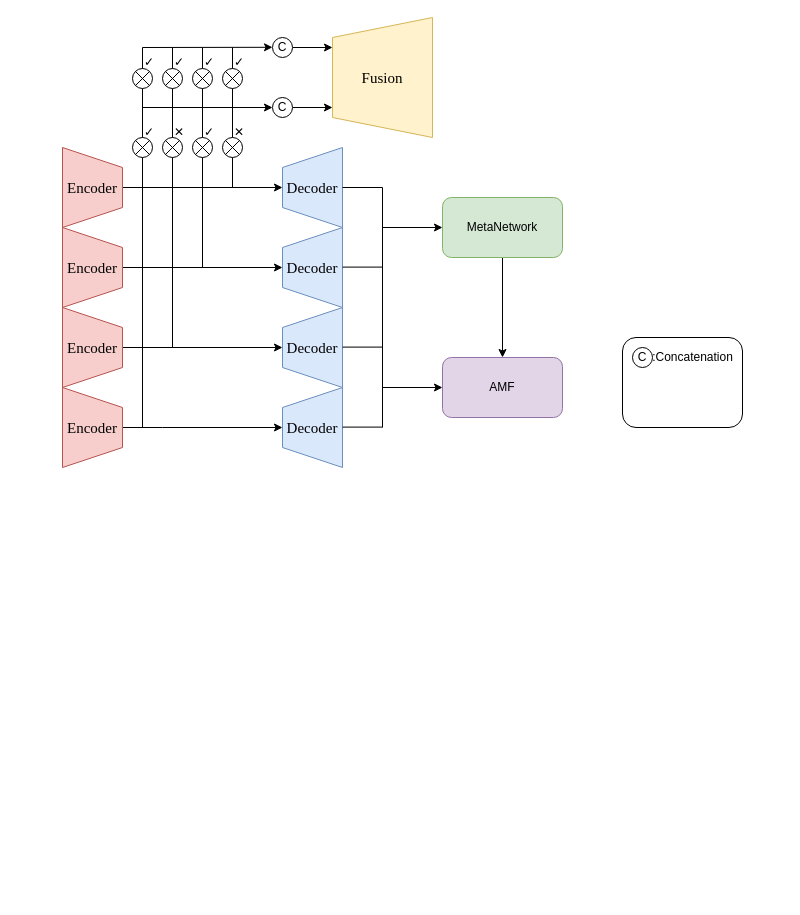
worldlikerr/Scientific-research-illustration keeps this draw.io diagram as 25.8.7_1.drawio. Above is the earlier version. Source tidied: cells renumbered, new cells numbered last; positions are measured from the earlier drawing's top-left corner, leaving out a move shared by most shapes. Both pictures are drawn from the tidied source at 100%, with x=0, y=0 at pixel (62, 17).
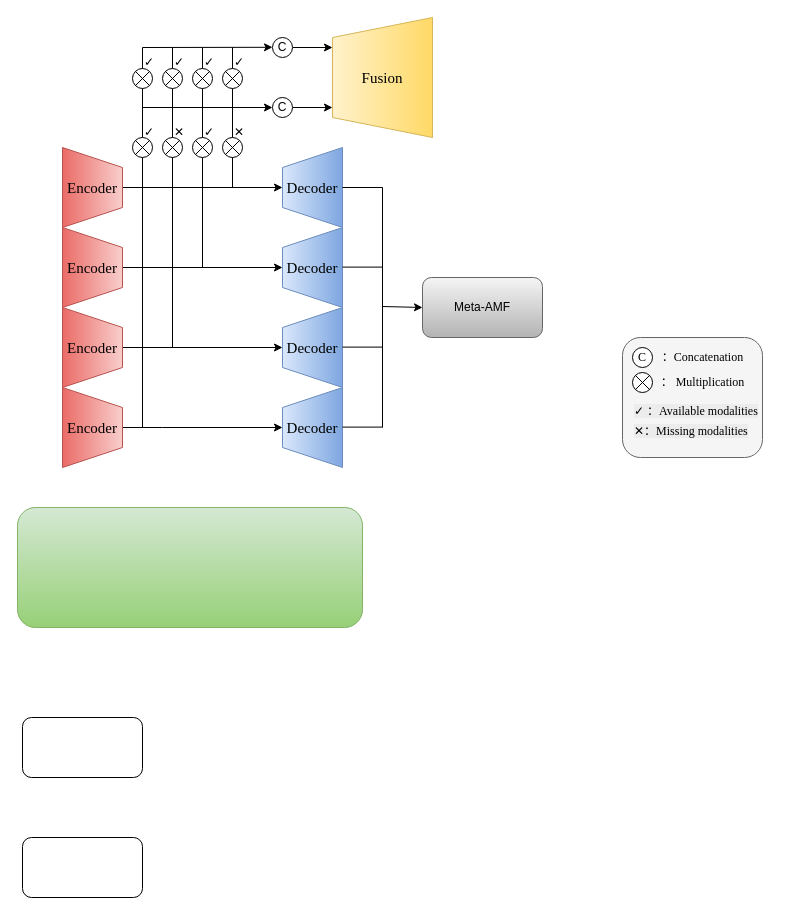
The same diagram, later.

What changed in the source:
```diff
@@
-    <mxCell id="3" value="Encoder" style="shape=trapezoid;perimeter=trapezoidPerimeter;whiteSpace=wrap;html=1;fixedSize=1;direction=south;fillColor=#f8cecc;strokeColor=#b85450;fontFamily=Times New Roman;fontSize=15;" parent="1" vertex="1">
+    <mxCell id="3" value="Encoder" style="shape=trapezoid;perimeter=trapezoidPerimeter;whiteSpace=wrap;html=1;fixedSize=1;direction=south;fillColor=#f8cecc;strokeColor=#b85450;fontFamily=Times New Roman;fontSize=15;gradientColor=#ea6b66;" parent="1" vertex="1">
       <mxGeometry y="130" width="60" height="80" as="geometry" />
     </mxCell>
@@
-    <mxCell id="5" value="Encoder" style="shape=trapezoid;perimeter=trapezoidPerimeter;whiteSpace=wrap;html=1;fixedSize=1;direction=south;fillColor=#f8cecc;strokeColor=#b85450;fontFamily=Times New Roman;fontSize=15;" parent="1" vertex="1">
+    <mxCell id="5" value="Encoder" style="shape=trapezoid;perimeter=trapezoidPerimeter;whiteSpace=wrap;html=1;fixedSize=1;direction=south;fillColor=#f8cecc;strokeColor=#b85450;fontFamily=Times New Roman;fontSize=15;gradientColor=#ea6b66;" parent="1" vertex="1">
       <mxGeometry y="210" width="60" height="80" as="geometry" />
     </mxCell>
@@
-    <mxCell id="7" value="Encoder" style="shape=trapezoid;perimeter=trapezoidPerimeter;whiteSpace=wrap;html=1;fixedSize=1;direction=south;fillColor=#f8cecc;strokeColor=#b85450;fontFamily=Times New Roman;fontSize=15;" parent="1" vertex="1">
+    <mxCell id="7" value="Encoder" style="shape=trapezoid;perimeter=trapezoidPerimeter;whiteSpace=wrap;html=1;fixedSize=1;direction=south;fillColor=#f8cecc;strokeColor=#b85450;fontFamily=Times New Roman;fontSize=15;gradientColor=#ea6b66;" parent="1" vertex="1">
       <mxGeometry y="290" width="60" height="80" as="geometry" />
     </mxCell>
@@
-    <mxCell id="9" value="Encoder" style="shape=trapezoid;perimeter=trapezoidPerimeter;whiteSpace=wrap;html=1;fixedSize=1;direction=south;fillColor=#f8cecc;strokeColor=#b85450;fontFamily=Times New Roman;fontSize=15;" parent="1" vertex="1">
+    <mxCell id="9" value="Encoder" style="shape=trapezoid;perimeter=trapezoidPerimeter;whiteSpace=wrap;html=1;fixedSize=1;direction=south;fillColor=#f8cecc;strokeColor=#b85450;fontFamily=Times New Roman;fontSize=15;gradientColor=#ea6b66;" parent="1" vertex="1">
       <mxGeometry y="370" width="60" height="80" as="geometry" />
     </mxCell>
-    <mxCell id="10" value="&lt;font&gt;Decoder&lt;/font&gt;" style="shape=trapezoid;perimeter=trapezoidPerimeter;whiteSpace=wrap;html=1;fixedSize=1;direction=north;fillColor=#dae8fc;strokeColor=#6c8ebf;fontFamily=Times New Roman;fontSize=15;" parent="1" vertex="1">
+    <mxCell id="10" value="&lt;font&gt;Decoder&lt;/font&gt;" style="shape=trapezoid;perimeter=trapezoidPerimeter;whiteSpace=wrap;html=1;fixedSize=1;direction=north;fillColor=#dae8fc;strokeColor=#6c8ebf;fontFamily=Times New Roman;fontSize=15;gradientColor=#7ea6e0;" parent="1" vertex="1">
       <mxGeometry x="220" y="130" width="60" height="80" as="geometry" />
     </mxCell>
-    <mxCell id="11" value="Decoder" style="shape=trapezoid;perimeter=trapezoidPerimeter;whiteSpace=wrap;html=1;fixedSize=1;direction=north;fillColor=#dae8fc;strokeColor=#6c8ebf;fontFamily=Times New Roman;fontSize=15;" parent="1" vertex="1">
+    <mxCell id="11" value="Decoder" style="shape=trapezoid;perimeter=trapezoidPerimeter;whiteSpace=wrap;html=1;fixedSize=1;direction=north;fillColor=#dae8fc;strokeColor=#6c8ebf;fontFamily=Times New Roman;fontSize=15;gradientColor=#7ea6e0;" parent="1" vertex="1">
       <mxGeometry x="220" y="210" width="60" height="80" as="geometry" />
     </mxCell>
-    <mxCell id="12" value="Decoder" style="shape=trapezoid;perimeter=trapezoidPerimeter;whiteSpace=wrap;html=1;fixedSize=1;direction=north;fillColor=#dae8fc;strokeColor=#6c8ebf;fontFamily=Times New Roman;fontSize=15;" parent="1" vertex="1">
+    <mxCell id="12" value="Decoder" style="shape=trapezoid;perimeter=trapezoidPerimeter;whiteSpace=wrap;html=1;fixedSize=1;direction=north;fillColor=#dae8fc;strokeColor=#6c8ebf;fontFamily=Times New Roman;fontSize=15;gradientColor=#7ea6e0;" parent="1" vertex="1">
       <mxGeometry x="220" y="290" width="60" height="80" as="geometry" />
     </mxCell>
-    <mxCell id="13" value="Decoder" style="shape=trapezoid;perimeter=trapezoidPerimeter;whiteSpace=wrap;html=1;fixedSize=1;direction=north;fillColor=#dae8fc;strokeColor=#6c8ebf;fontFamily=Times New Roman;fontSize=15;" parent="1" vertex="1">
+    <mxCell id="13" value="Decoder" style="shape=trapezoid;perimeter=trapezoidPerimeter;whiteSpace=wrap;html=1;fixedSize=1;direction=north;fillColor=#dae8fc;strokeColor=#6c8ebf;fontFamily=Times New Roman;fontSize=15;gradientColor=#7ea6e0;" parent="1" vertex="1">
       <mxGeometry x="220" y="370" width="60" height="80" as="geometry" />
     </mxCell>
-    <mxCell id="14" value="Fusion" style="shape=trapezoid;perimeter=trapezoidPerimeter;whiteSpace=wrap;html=1;fixedSize=1;direction=north;fillColor=#fff2cc;strokeColor=#d6b656;fontFamily=Times New Roman;fontSize=15;" parent="1" vertex="1">
+    <mxCell id="14" value="Fusion" style="shape=trapezoid;perimeter=trapezoidPerimeter;whiteSpace=wrap;html=1;fixedSize=1;direction=north;fillColor=#fff2cc;strokeColor=#d6b656;fontFamily=Times New Roman;fontSize=15;gradientColor=#ffd966;" parent="1" vertex="1">
       <mxGeometry x="270" width="100" height="120" as="geometry" />
     </mxCell>
@@
-    <mxCell id="26" style="endArrow=classic;html=1;rounded=0;entryX=0;entryY=0.5;entryDx=0;entryDy=0;" parent="1" edge="1" target="29">
+    <mxCell id="26" style="endArrow=classic;html=1;rounded=0;entryX=0;entryY=0.5;entryDx=0;entryDy=0;" parent="1" edge="1" target="77">
       <mxGeometry relative="1" as="geometry">
-        <mxPoint x="320" y="210" as="sourcePoint" />
+        <mxPoint x="320" y="289" as="sourcePoint" />
       </mxGeometry>
     </mxCell>
-    <mxCell id="27" style="endArrow=classic;html=1;rounded=0;entryX=0;entryY=0.5;entryDx=0;entryDy=0;" parent="1" edge="1" target="30">
-      <mxGeometry relative="1" as="geometry">
-        <mxPoint x="320" y="370" as="sourcePoint" />
-      </mxGeometry>
-    </mxCell>
-    <mxCell id="28" style="edgeStyle=orthogonalEdgeStyle;rounded=0;jettySize=auto;html=1;exitX=0.5;exitY=1;exitDx=0;exitDy=0;" parent="1" edge="1" source="29" target="30">
-      <mxGeometry relative="1" as="geometry" />
-    </mxCell>
-    <mxCell id="29" value="MetaNetwork" style="rounded=1;whiteSpace=wrap;html=1;fillColor=#d5e8d4;strokeColor=#82b366;" parent="1" vertex="1">
-      <mxGeometry x="380" y="180" width="120" height="60" as="geometry" />
-    </mxCell>
-    <mxCell id="30" value="AMF" style="rounded=1;whiteSpace=wrap;html=1;fillColor=#e1d5e7;strokeColor=#9673a6;" parent="1" vertex="1">
-      <mxGeometry x="380" y="340" width="120" height="60" as="geometry" />
-    </mxCell>
@@
-    <mxCell id="43" style="rounded=1;whiteSpace=wrap;html=1;" parent="1" vertex="1">
-      <mxGeometry x="560" y="320" width="120" height="90" as="geometry" />
+    <mxCell id="43" style="rounded=1;whiteSpace=wrap;html=1;fontFamily=Times New Roman;fillColor=#f5f5f5;fontColor=#333333;strokeColor=#666666;" parent="1" vertex="1">
+      <mxGeometry x="560" y="320" width="140" height="120" as="geometry" />
     </mxCell>
-    <mxCell id="44" value="C" style="ellipse;whiteSpace=wrap;html=1;" parent="1" vertex="1">
+    <mxCell id="44" value="C" style="ellipse;whiteSpace=wrap;html=1;fontFamily=Times New Roman;" parent="1" vertex="1">
       <mxGeometry x="570" y="330" width="20" height="20" as="geometry" />
     </mxCell>
-    <mxCell id="45" value=":Concatenation" style="text;html=1;align=center;verticalAlign=middle;strokeColor=none;fillColor=none;" parent="1" vertex="1">
-      <mxGeometry x="580" y="325" width="100" height="30" as="geometry" />
+    <mxCell id="45" value="：Concatenation" style="text;html=1;align=center;verticalAlign=middle;fontFamily=Times New Roman;" parent="1" vertex="1">
+      <mxGeometry x="590" y="325" width="100" height="30" as="geometry" />
     </mxCell>
@@
+    <mxCell id="70" style="ellipse;whiteSpace=wrap;html=1;fontFamily=Times New Roman;" parent="1" vertex="1">
+      <mxGeometry x="570" y="355" width="20" height="20" as="geometry" />
+    </mxCell>
+    <mxCell id="71" style="endArrow=none;html=1;rounded=0;exitX=0;exitY=1;exitDx=0;exitDy=0;entryX=1;entryY=0;entryDx=0;entryDy=0;fontFamily=Times New Roman;" parent="1" edge="1" source="70" target="70">
+      <mxGeometry relative="1" as="geometry" />
+    </mxCell>
+    <mxCell id="72" style="endArrow=none;html=1;rounded=0;exitX=1;exitY=1;exitDx=0;exitDy=0;entryX=0;entryY=0;entryDx=0;entryDy=0;fontFamily=Times New Roman;" parent="1" edge="1" source="70" target="70">
+      <mxGeometry relative="1" as="geometry" />
+    </mxCell>
+    <mxCell id="73" value="： Multiplication" style="text;html=1;align=center;verticalAlign=middle;fontFamily=Times New Roman;" parent="1" vertex="1">
+      <mxGeometry x="585" y="350" width="110" height="30" as="geometry" />
+    </mxCell>
+    <mxCell id="74" value="&lt;font style=&quot;forced-color-adjust: none; color: rgb(0, 0, 0); font-style: normal; font-variant-ligatures: normal; font-variant-caps: normal; font-weight: 400; letter-spacing: normal; orphans: 2; text-align: left; text-indent: 0px; text-transform: none; widows: 2; word-spacing: 0px; -webkit-text-stroke-width: 0px; white-space: nowrap; background-color: rgb(236, 236, 236); text-decoration-thickness: initial; text-decoration-style: initial; text-decoration-color: initial;&quot;&gt;&lt;span style=&quot;forced-color-adjust: none; background-color: transparent; color: light-dark(rgb(0, 0, 0), rgb(255, 255, 255)); text-wrap-mode: wrap;&quot;&gt;&lt;span style=&quot;text-align: center;&quot;&gt;✕&lt;/span&gt;：M&lt;font&gt;&lt;span&gt;issing moda&lt;/span&gt;&lt;font&gt;lities&lt;/font&gt;&lt;/font&gt;&lt;/span&gt;&lt;/font&gt;&lt;span style=&quot;forced-color-adjust: none; color: light-dark(rgb(0, 0, 0), rgb(255, 255, 255)); font-style: normal; font-variant-ligatures: normal; font-variant-caps: normal; font-weight: 400; letter-spacing: normal; orphans: 2; text-align: left; text-indent: 0px; text-transform: none; widows: 2; word-spacing: 0px; -webkit-text-stroke-width: 0px; white-space: nowrap; background-color: transparent; text-decoration-thickness: initial; text-decoration-style: initial; text-decoration-color: initial;&quot;&gt;&amp;nbsp;&lt;/span&gt;" style="text;whiteSpace=wrap;html=1;fontFamily=Times New Roman;fontSize=12;" parent="1" vertex="1">
+      <mxGeometry x="570" y="400" width="150" height="30" as="geometry" />
+    </mxCell>
+    <mxCell id="75" value="&lt;font style=&quot;forced-color-adjust: none; color: rgb(0, 0, 0); font-size: 12px; font-style: normal; font-variant-ligatures: normal; font-variant-caps: normal; font-weight: 400; letter-spacing: normal; orphans: 2; text-align: left; text-indent: 0px; text-transform: none; widows: 2; word-spacing: 0px; -webkit-text-stroke-width: 0px; white-space-collapse: collapse; background-color: rgb(236, 236, 236); text-decoration-thickness: initial; text-decoration-style: initial; text-decoration-color: initial;&quot;&gt;&lt;span style=&quot;text-wrap-mode: wrap; forced-color-adjust: none; background-color: transparent; color: light-dark(rgb(0, 0, 0), rgb(255, 255, 255));&quot;&gt;✓&amp;nbsp;：Available&lt;/span&gt;&lt;span style=&quot;forced-color-adjust: none; background-color: transparent; color: light-dark(rgb(0, 0, 0), rgb(255, 255, 255)); text-wrap-mode: nowrap;&quot;&gt;&amp;nbsp;modalities&lt;/span&gt;&lt;/font&gt;" style="text;whiteSpace=wrap;html=1;fontFamily=Times New Roman;" parent="1" vertex="1">
+      <mxGeometry x="570" y="380" width="150" height="30" as="geometry" />
+    </mxCell>
+    <mxCell id="76" style="rounded=1;whiteSpace=wrap;html=1;fillColor=#d5e8d4;strokeColor=#82b366;gradientColor=#97d077;" parent="1" vertex="1">
+      <mxGeometry x="-45" y="490" width="345" height="120" as="geometry" />
+    </mxCell>
+    <mxCell id="77" value="Meta-AMF" style="rounded=1;whiteSpace=wrap;html=1;fillColor=#f5f5f5;strokeColor=#666666;gradientColor=#b3b3b3;" parent="1" vertex="1">
+      <mxGeometry x="360" y="260" width="120" height="60" as="geometry" />
+    </mxCell>
+    <mxCell id="78" style="rounded=1;whiteSpace=wrap;html=1;" parent="1" vertex="1">
+      <mxGeometry x="-40" y="700" width="120" height="60" as="geometry" />
+    </mxCell>
+    <mxCell id="79" style="rounded=1;whiteSpace=wrap;html=1;" parent="1" vertex="1">
+      <mxGeometry x="-40" y="820" width="120" height="60" as="geometry" />
+    </mxCell>
```
